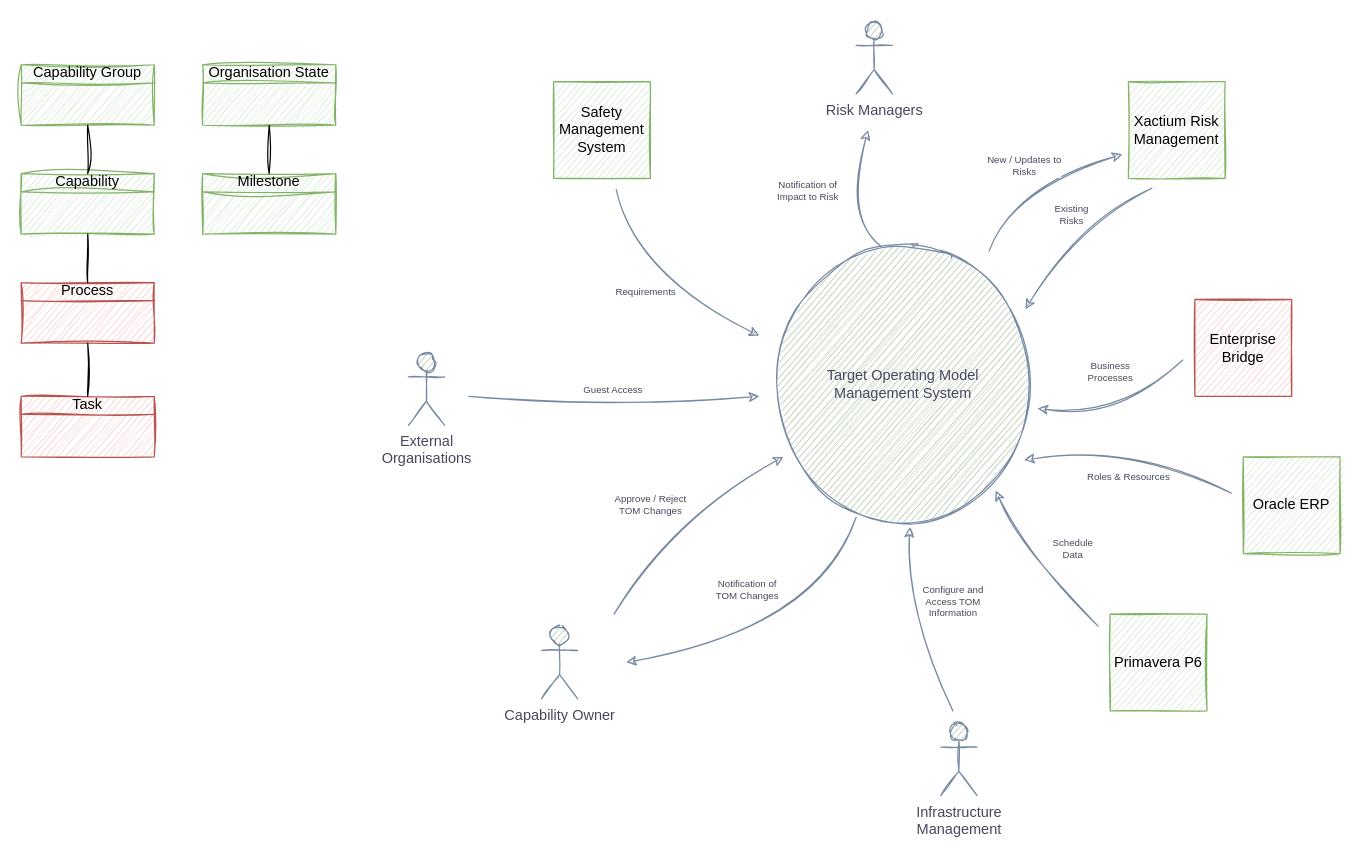
The draw.io diagram TOM Management.drawio in martinlt/reference, before the edit. Source tidied: cells renumbered, new cells numbered last; positions are measured from the earlier drawing's top-left corner, leaving out a move shared by most shapes. Both pictures are drawn from the tidied source at 121%, with x=0, y=0 at pixel (21, 21).
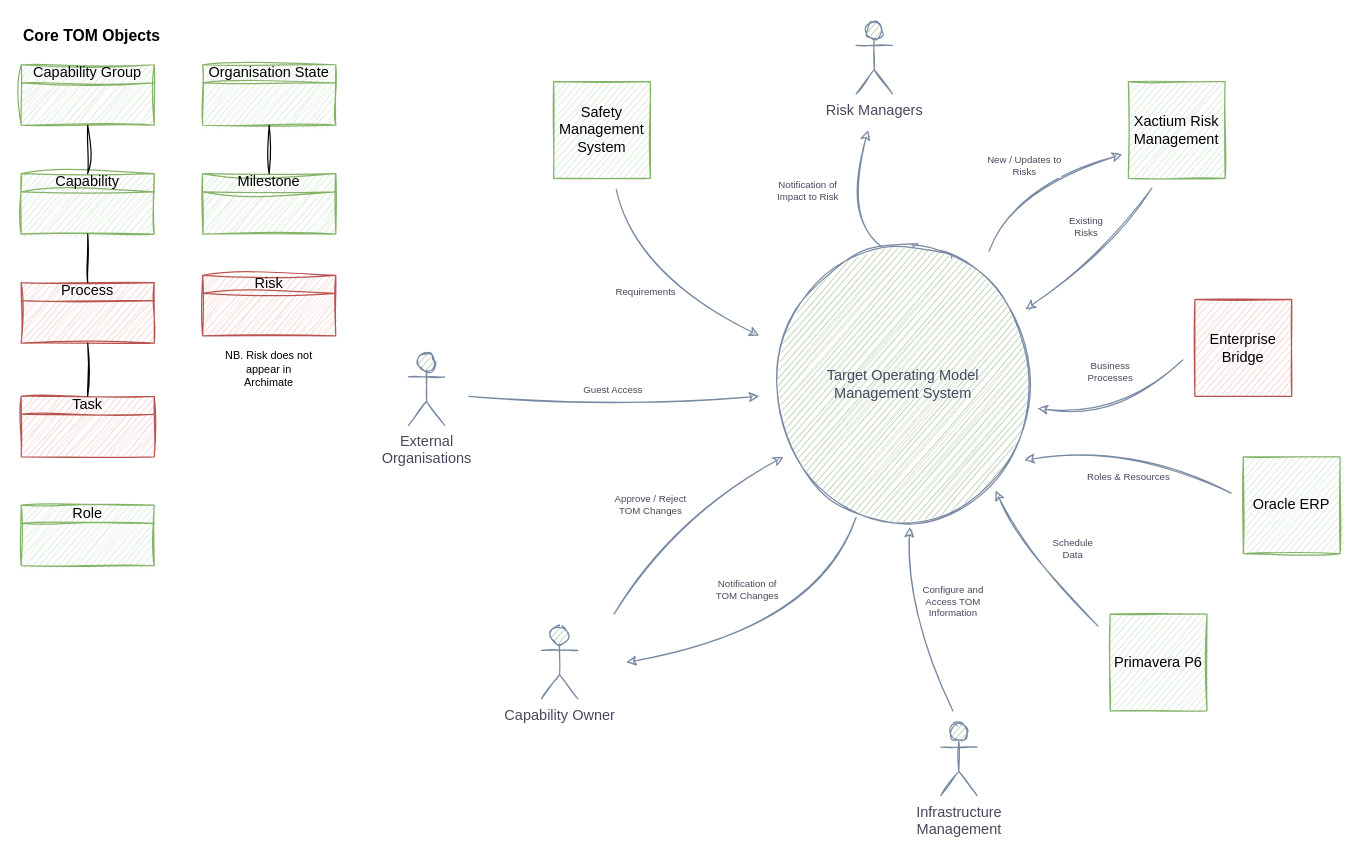
After the change.

Unchanged cells that the change refers to:
```xml
<mxCell id="3" value="Target Operating Model &lt;br&gt;Management System" style="ellipse;whiteSpace=wrap;html=1;sketch=1;fillColor=#B2C9AB;strokeColor=#788AA3;fontColor=#46495D;" parent="1" vertex="1">
  <mxGeometry x="619" y="190" width="220" height="220" as="geometry" />
</mxCell>
<mxCell id="6" value="Xactium Risk Management" style="whiteSpace=wrap;html=1;sketch=1;fillColor=#d5e8d4;strokeColor=#82b366;" parent="1" vertex="1">
  <mxGeometry x="915" y="50" width="80" height="80" as="geometry" />
</mxCell>
```

What changed in the source:
```diff
@@
     <mxCell id="11" value="Existing&lt;br&gt;Risks" style="curved=1;endArrow=classic;html=1;rounded=0;startArrow=none;startFill=0;endFill=1;sketch=1;strokeColor=#788AA3;fontColor=#46495D;fontSize=8;entryX=0.959;entryY=0.219;entryDx=0;entryDy=0;entryPerimeter=0;exitX=0.243;exitY=1.101;exitDx=0;exitDy=0;exitPerimeter=0;" parent="1" edge="1" source="6" target="3">
-      <mxGeometry x="-0.08" y="-10" relative="1" as="geometry">
+      <mxGeometry x="-0.23" y="-28" relative="1" as="geometry">
         <Array as="points">
-          <mxPoint x="870" y="170" />
+          <mxPoint x="900" y="190" />
         </Array>
       </mxGeometry>
     </mxCell>
@@
+    <mxCell id="33" value="Core TOM Objects" style="text;strokeColor=none;fillColor=none;html=1;fontSize=13;fontStyle=1;verticalAlign=middle;align=left;" parent="1" vertex="1">
+      <mxGeometry width="260" height="24" as="geometry" />
+    </mxCell>
+    <mxCell id="34" value="Risk" style="html=1;whiteSpace=wrap;fillColor=#f8cecc;shape=mxgraph.archimate3.businessObject;overflow=fill;sketch=1;curveFitting=1;jiggle=2;strokeColor=#b85450;" parent="1" vertex="1">
+      <mxGeometry x="150" y="210" width="110" height="50" as="geometry" />
+    </mxCell>
+    <mxCell id="35" value="Role" style="html=1;whiteSpace=wrap;fillColor=#d5e8d4;shape=mxgraph.archimate3.businessObject;overflow=fill;sketch=1;curveFitting=1;jiggle=2;strokeColor=#82b366;" parent="1" vertex="1">
+      <mxGeometry y="400" width="110" height="50" as="geometry" />
+    </mxCell>
+    <mxCell id="36" value="NB. Risk does not appear in Archimate" style="text;html=1;strokeColor=none;fillColor=none;align=center;verticalAlign=middle;whiteSpace=wrap;rounded=0;fontSize=9;" parent="1" vertex="1">
+      <mxGeometry x="165" y="266" width="80" height="44" as="geometry" />
+    </mxCell>
```
